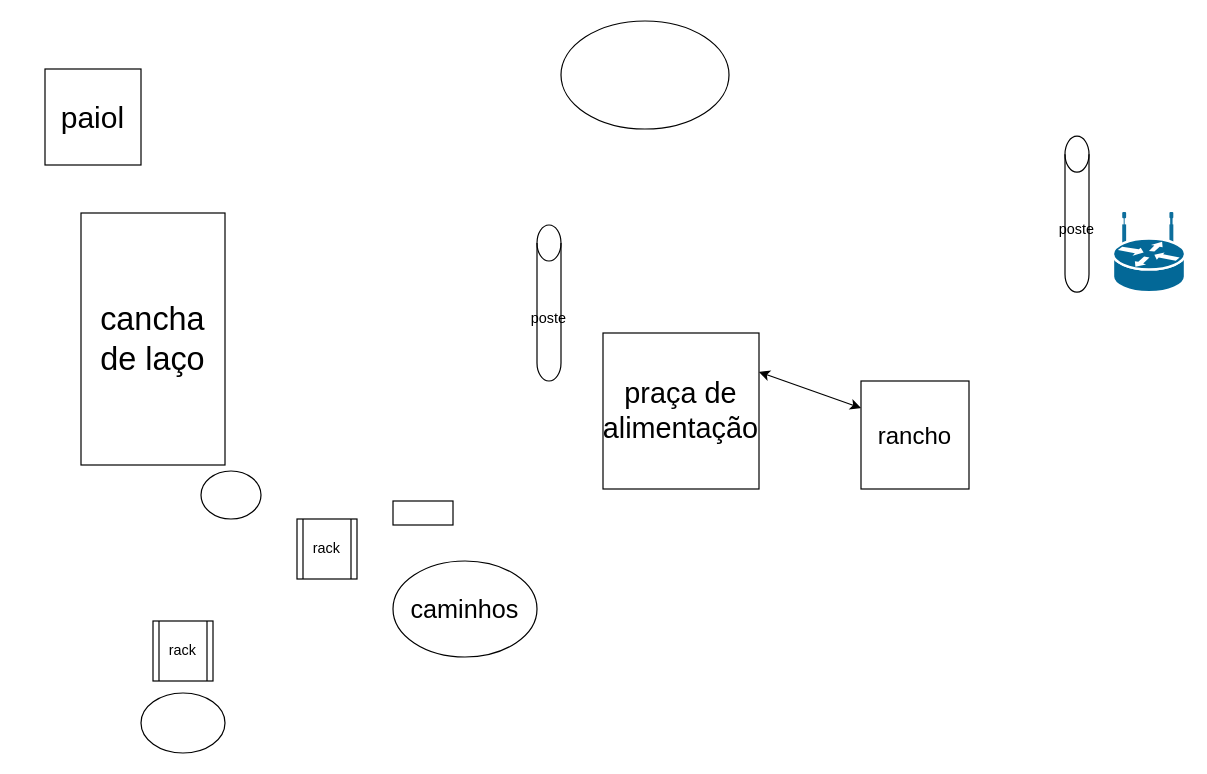
This is Diagrama sem nome.drawio from bkupprojetos/rede-projeto, a draw.io file, before an edit. Source tidied: cells renumbered, new cells numbered last; positions are measured from the earlier drawing's top-left corner, leaving out a move shared by most shapes. Both pictures are drawn from the tidied source at 120%, with x=0, y=0 at pixel (44, 20).
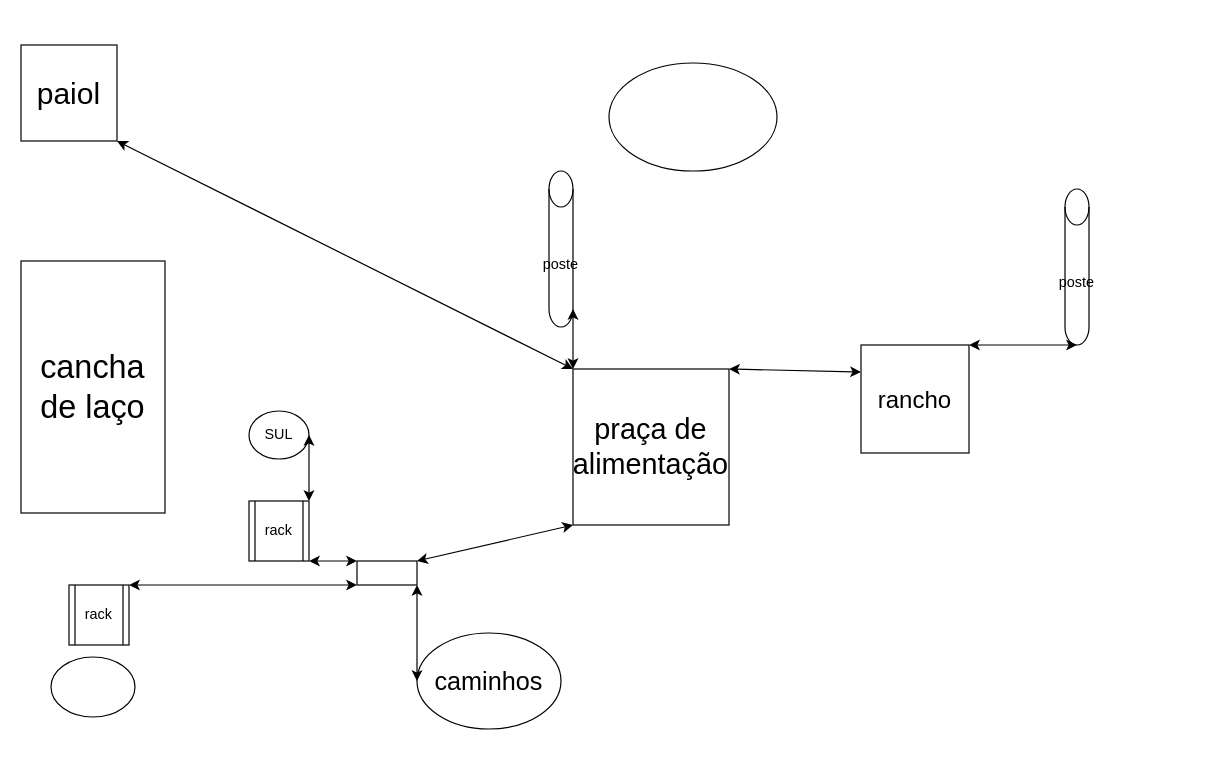
After the change.

What changed in the source:
```diff
@@
     <mxCell id="2" value="&lt;font style=&quot;font-size: 24px;&quot;&gt;praça de alimentação&lt;/font&gt;" style="whiteSpace=wrap;html=1;" parent="1" vertex="1">
-      <mxGeometry x="465" y="260" width="130" height="130" as="geometry" />
+      <mxGeometry x="440" y="290" width="130" height="130" as="geometry" />
     </mxCell>
     <mxCell id="3" value="&lt;font style=&quot;font-size: 20px;&quot;&gt;rancho&lt;br&gt;&lt;/font&gt;" style="whiteSpace=wrap;html=1;" parent="1" vertex="1">
-      <mxGeometry x="680" y="300" width="90" height="90" as="geometry" />
+      <mxGeometry x="680" y="270" width="90" height="90" as="geometry" />
     </mxCell>
     <mxCell id="4" style="ellipse;whiteSpace=wrap;html=1;" parent="1" vertex="1">
-      <mxGeometry x="430" width="140" height="90" as="geometry" />
+      <mxGeometry x="470" y="35" width="140" height="90" as="geometry" />
     </mxCell>
     <mxCell id="5" value="&lt;font style=&quot;font-size: 21px;&quot;&gt;caminhos&lt;/font&gt;" style="ellipse;whiteSpace=wrap;html=1;" parent="1" vertex="1">
-      <mxGeometry x="290" y="450" width="120" height="80" as="geometry" />
+      <mxGeometry x="310" y="510" width="120" height="80" as="geometry" />
     </mxCell>
     <mxCell id="6" value="&lt;font style=&quot;&quot;&gt;&lt;font style=&quot;font-size: 25px;&quot;&gt;paiol&lt;/font&gt;&lt;br&gt;&lt;/font&gt;" style="whiteSpace=wrap;html=1;" parent="1" vertex="1">
-      <mxGeometry y="40" width="80" height="80" as="geometry" />
+      <mxGeometry x="-20" y="20" width="80" height="80" as="geometry" />
     </mxCell>
     <mxCell id="7" style="ellipse;whiteSpace=wrap;html=1;" parent="1" vertex="1">
-      <mxGeometry x="80" y="560" width="70" height="50" as="geometry" />
+      <mxGeometry x="5" y="530" width="70" height="50" as="geometry" />
     </mxCell>
     <mxCell id="8" value="poste" style="shape=cylinder3;whiteSpace=wrap;html=1;boundedLbl=1;backgroundOutline=1;size=15;" parent="1" vertex="1">
-      <mxGeometry x="410" y="170" width="20" height="130" as="geometry" />
+      <mxGeometry x="420" y="125" width="20" height="130" as="geometry" />
     </mxCell>
     <mxCell id="9" value="poste" style="shape=cylinder3;whiteSpace=wrap;html=1;boundedLbl=1;backgroundOutline=1;size=15;" parent="1" vertex="1">
-      <mxGeometry x="850" y="96" width="20" height="130" as="geometry" />
+      <mxGeometry x="850" y="140" width="20" height="130" as="geometry" />
     </mxCell>
     <mxCell id="10" value="&lt;font style=&quot;font-size: 27px;&quot;&gt;cancha de laço&lt;/font&gt;" style="rounded=0;whiteSpace=wrap;html=1;" parent="1" vertex="1">
-      <mxGeometry x="30" y="160" width="120" height="210" as="geometry" />
+      <mxGeometry x="-20" y="200" width="120" height="210" as="geometry" />
     </mxCell>
     <mxCell id="11" value="rack" style="shape=process;whiteSpace=wrap;html=1;backgroundOutline=1;" parent="1" vertex="1">
-      <mxGeometry x="90" y="500" width="50" height="50" as="geometry" />
+      <mxGeometry x="20" y="470" width="50" height="50" as="geometry" />
     </mxCell>
     <mxCell id="12" value="rack" style="shape=process;whiteSpace=wrap;html=1;backgroundOutline=1;" parent="1" vertex="1">
-      <mxGeometry x="210" y="415" width="50" height="50" as="geometry" />
+      <mxGeometry x="170" y="400" width="50" height="50" as="geometry" />
     </mxCell>
-    <mxCell id="13" style="shape=mxgraph.cisco.routers.wireless_router;sketch=0;html=1;dashed=0;fillColor=#036897;strokeColor=#ffffff;strokeWidth=2;verticalLabelPosition=bottom;verticalAlign=top;align=center;" parent="1" vertex="1">
-      <mxGeometry x="890" y="160" width="60" height="66" as="geometry" />
-    </mxCell>
     <mxCell id="14" style="rounded=0;whiteSpace=wrap;html=1;" parent="1" vertex="1">
-      <mxGeometry x="290" y="400" width="50" height="20" as="geometry" />
+      <mxGeometry x="260" y="450" width="50" height="20" as="geometry" />
     </mxCell>
-    <mxCell id="15" style="ellipse;whiteSpace=wrap;html=1;" parent="1" vertex="1">
-      <mxGeometry x="130" y="375" width="50" height="40" as="geometry" />
+    <mxCell id="15" value="SUL" style="ellipse;whiteSpace=wrap;html=1;" parent="1" vertex="1">
+      <mxGeometry x="170" y="325" width="50" height="40" as="geometry" />
     </mxCell>
-    <mxCell id="16" style="endArrow=classic;startArrow=classic;html=1;rounded=0;entryX=0;entryY=0.25;entryDx=0;entryDy=0;exitX=1;exitY=0.25;exitDx=0;exitDy=0;" parent="1" edge="1" source="2" target="3">
+    <mxCell id="16" style="endArrow=classic;startArrow=classic;html=1;rounded=0;entryX=0;entryY=0.25;entryDx=0;entryDy=0;exitX=1;exitY=0;exitDx=0;exitDy=0;" parent="1" edge="1" source="2" target="3">
       <mxGeometry relative="1" as="geometry" />
     </mxCell>
+    <mxCell id="17" style="endArrow=classic;startArrow=classic;html=1;rounded=0;exitX=1;exitY=0;exitDx=0;exitDy=0;entryX=0.5;entryY=1;entryDx=0;entryDy=0;entryPerimeter=0;" parent="1" edge="1" source="3" target="9">
+      <mxGeometry relative="1" as="geometry" />
+    </mxCell>
+    <mxCell id="18" style="endArrow=classic;startArrow=classic;html=1;rounded=0;entryX=0;entryY=0;entryDx=0;entryDy=0;exitX=1;exitY=1;exitDx=0;exitDy=0;" parent="1" edge="1" source="6" target="2">
+      <mxGeometry relative="1" as="geometry" />
+    </mxCell>
+    <mxCell id="19" style="endArrow=classic;startArrow=classic;html=1;rounded=0;exitX=1;exitY=0;exitDx=0;exitDy=0;entryX=0;entryY=1;entryDx=0;entryDy=0;" parent="1" edge="1" source="14" target="2">
+      <mxGeometry relative="1" as="geometry" />
+    </mxCell>
+    <mxCell id="20" style="endArrow=classic;startArrow=classic;html=1;rounded=0;entryX=1;entryY=1;entryDx=0;entryDy=0;exitX=0;exitY=0.5;exitDx=0;exitDy=0;" parent="1" edge="1" source="5" target="14">
+      <mxGeometry relative="1" as="geometry" />
+    </mxCell>
+    <mxCell id="21" style="endArrow=classic;startArrow=classic;html=1;rounded=0;exitX=1;exitY=0;exitDx=0;exitDy=0;" parent="1" edge="1" source="11">
+      <mxGeometry relative="1" as="geometry">
+        <mxPoint x="260" y="470" as="targetPoint" />
+      </mxGeometry>
+    </mxCell>
+    <mxCell id="22" style="endArrow=classic;startArrow=classic;html=1;rounded=0;exitX=1;exitY=1;exitDx=0;exitDy=0;" parent="1" edge="1" source="12">
+      <mxGeometry relative="1" as="geometry">
+        <mxPoint x="260" y="450" as="targetPoint" />
+      </mxGeometry>
+    </mxCell>
+    <mxCell id="23" style="endArrow=classic;startArrow=classic;html=1;rounded=0;exitX=1;exitY=0.5;exitDx=0;exitDy=0;entryX=1;entryY=0;entryDx=0;entryDy=0;" parent="1" edge="1" source="15" target="12">
+      <mxGeometry relative="1" as="geometry" />
+    </mxCell>
+    <mxCell id="24" style="endArrow=classic;startArrow=classic;html=1;rounded=0;exitX=1;exitY=1;exitDx=0;exitDy=-15;exitPerimeter=0;entryX=0;entryY=0;entryDx=0;entryDy=0;" parent="1" edge="1" source="8" target="2">
+      <mxGeometry relative="1" as="geometry" />
+    </mxCell>
```
